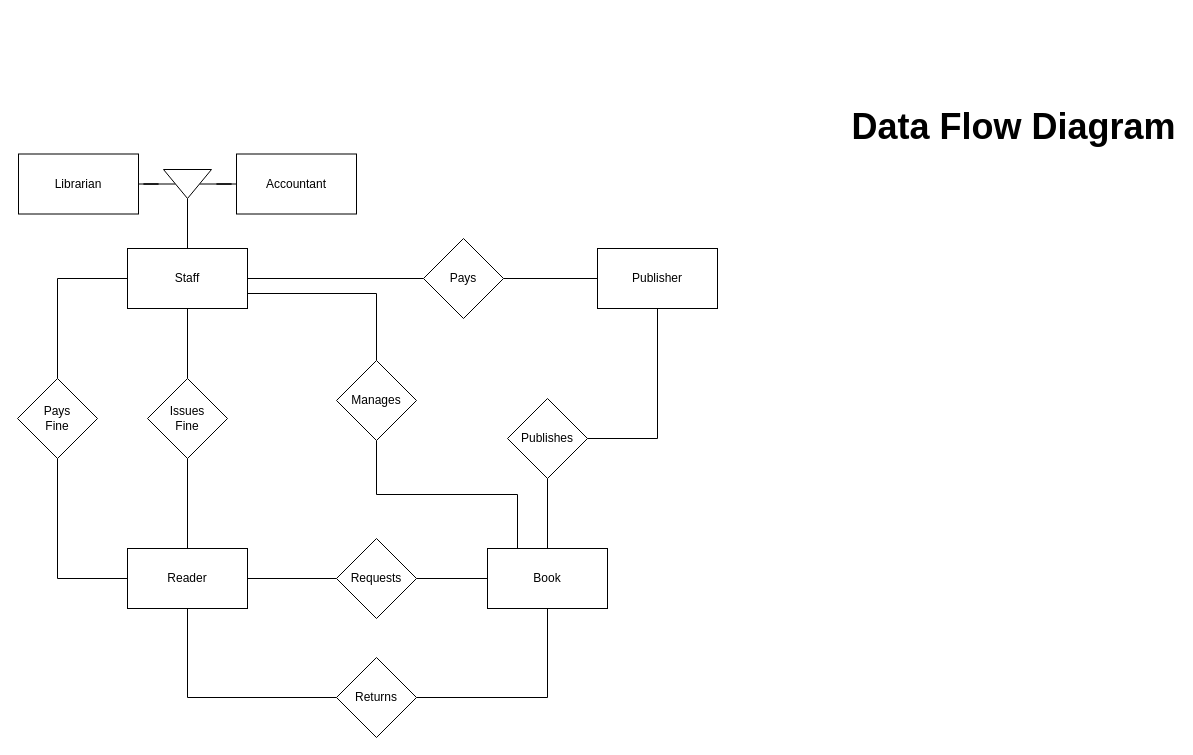
dev-Kaustav/software-engineering keeps this draw.io diagram as Untitled Diagram.drawio. Above is the earlier version. Source tidied: cells renumbered, new cells numbered last; positions are measured from the earlier drawing's top-left corner, leaving out a move shared by most shapes. Both pictures are drawn from the tidied source at 100%, with x=0, y=0 at pixel (17, 106).
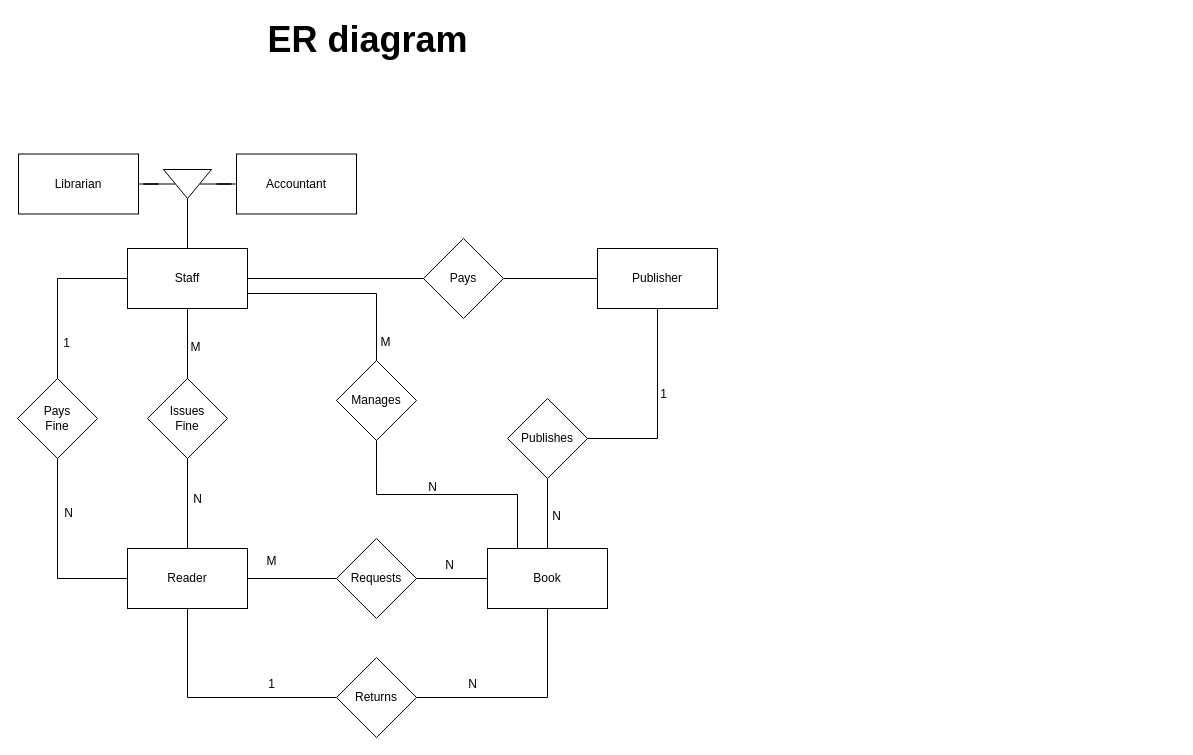
The same page after the edit.

What changed in the source:
```diff
@@
-    <mxCell id="2" value="&lt;font style=&quot;font-size: 36px&quot;&gt;Data Flow Diagram&lt;/font&gt;" style="text;strokeColor=none;fillColor=none;html=1;fontSize=24;fontStyle=1;verticalAlign=middle;align=center;rounded=0;" parent="1" vertex="1">
-      <mxGeometry x="946" width="100" height="40" as="geometry" />
+    <mxCell id="2" value="&lt;span style=&quot;font-size: 36px&quot;&gt;ER diagram&lt;/span&gt;" style="text;strokeColor=none;fillColor=none;html=1;fontSize=24;fontStyle=1;verticalAlign=middle;align=center;rounded=0;" parent="1" vertex="1">
+      <mxGeometry x="300" y="-87.5" width="100" height="40" as="geometry" />
     </mxCell>
@@
+    <mxCell id="34" value="1" style="text;html=1;align=center;verticalAlign=middle;strokeColor=none;fillColor=none;" parent="1" vertex="1">
+      <mxGeometry x="638" y="279" width="16" height="18" as="geometry" />
+    </mxCell>
+    <mxCell id="35" value="N" style="text;html=1;align=center;verticalAlign=middle;strokeColor=none;fillColor=none;" parent="1" vertex="1">
+      <mxGeometry x="529" y="401" width="19" height="18" as="geometry" />
+    </mxCell>
+    <mxCell id="36" value="M" style="text;html=1;align=center;verticalAlign=middle;strokeColor=none;fillColor=none;" parent="1" vertex="1">
+      <mxGeometry x="358" y="227" width="20" height="18" as="geometry" />
+    </mxCell>
+    <mxCell id="37" value="N" style="text;html=1;align=center;verticalAlign=middle;strokeColor=none;fillColor=none;" parent="1" vertex="1">
+      <mxGeometry x="405" y="372" width="19" height="18" as="geometry" />
+    </mxCell>
+    <mxCell id="38" value="N" style="text;html=1;align=center;verticalAlign=middle;strokeColor=none;fillColor=none;" parent="1" vertex="1">
+      <mxGeometry x="422" y="450" width="19" height="18" as="geometry" />
+    </mxCell>
+    <mxCell id="39" value="M" style="text;html=1;align=center;verticalAlign=middle;strokeColor=none;fillColor=none;" parent="1" vertex="1">
+      <mxGeometry x="244" y="446" width="20" height="18" as="geometry" />
+    </mxCell>
+    <mxCell id="40" value="N" style="text;html=1;align=center;verticalAlign=middle;strokeColor=none;fillColor=none;" parent="1" vertex="1">
+      <mxGeometry x="445" y="569" width="19" height="18" as="geometry" />
+    </mxCell>
+    <mxCell id="41" value="1" style="text;html=1;align=center;verticalAlign=middle;strokeColor=none;fillColor=none;" parent="1" vertex="1">
+      <mxGeometry x="246" y="569" width="16" height="18" as="geometry" />
+    </mxCell>
+    <mxCell id="42" value="N" style="text;html=1;align=center;verticalAlign=middle;strokeColor=none;fillColor=none;" parent="1" vertex="1">
+      <mxGeometry x="170" y="383.5" width="19" height="18" as="geometry" />
+    </mxCell>
+    <mxCell id="43" value="M" style="text;html=1;align=center;verticalAlign=middle;strokeColor=none;fillColor=none;" parent="1" vertex="1">
+      <mxGeometry x="168" y="231.5" width="20" height="18" as="geometry" />
+    </mxCell>
+    <mxCell id="44" value="1" style="text;html=1;align=center;verticalAlign=middle;strokeColor=none;fillColor=none;" parent="1" vertex="1">
+      <mxGeometry x="41" y="227.5" width="16" height="18" as="geometry" />
+    </mxCell>
+    <mxCell id="45" value="N" style="text;html=1;align=center;verticalAlign=middle;strokeColor=none;fillColor=none;" parent="1" vertex="1">
+      <mxGeometry x="41" y="397.5" width="19" height="18" as="geometry" />
+    </mxCell>
```
